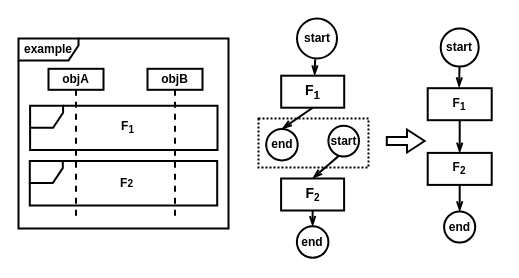
Before: seq.drawio in ShiYufei0708/draw, a draw.io diagram. Source tidied: cells renumbered, new cells numbered last; positions are measured from the earlier drawing's top-left corner, leaving out a move shared by most shapes. Both pictures are drawn from the tidied source at 100%, with x=0, y=0 at pixel (18, 18).
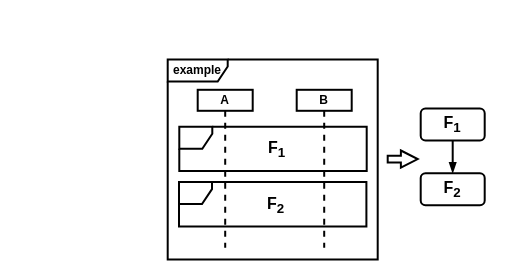
After the change.

What changed in the source:
```diff
@@
-    <mxCell id="2" style="html=1;shadow=0;dashed=0;align=center;verticalAlign=middle;shape=mxgraph.arrows2.arrow;dy=0.66;dx=17.61;notch=0;fontStyle=1;strokeWidth=2;" parent="1" vertex="1">
-      <mxGeometry x="368.3" y="111" width="37.8" height="23" as="geometry" />
-    </mxCell>
-    <mxCell id="3" style="group;fontStyle=1;strokeWidth=2;" parent="1" vertex="1">
-      <mxGeometry y="20" width="210" height="190" as="geometry" />
-    </mxCell>
+    <mxCell id="23" style="group;fontStyle=1;strokeWidth=2;" parent="1" vertex="1">
+      <mxGeometry x="409.2" y="1" width="74" height="242" as="geometry" />
+    </mxCell>
+    <mxCell id="26" style="rounded=0;jettySize=auto;html=1;entryX=0.5;entryY=0;entryDx=0;entryDy=0;endArrow=blockThin;endFill=1;fontStyle=1;strokeWidth=2;" parent="23" edge="1" source="27" target="28">
+      <mxGeometry relative="1" as="geometry" />
+    </mxCell>
+    <mxCell id="27" value="&lt;span style=&quot;font-size: 16px;&quot;&gt;F&lt;sub&gt;1&lt;/sub&gt;&lt;/span&gt;" style="rounded=1;whiteSpace=wrap;html=1;fontStyle=1;strokeWidth=2;align=center;" parent="23" vertex="1">
+      <mxGeometry x="-7" y="89" width="64" height="32" as="geometry" />
+    </mxCell>
+    <mxCell id="28" value="&lt;font style=&quot;font-size: 16px;&quot;&gt;F&lt;sub&gt;2&lt;/sub&gt;&lt;/font&gt;" style="rounded=1;whiteSpace=wrap;html=1;fontStyle=1;strokeWidth=2;" parent="23" vertex="1">
+      <mxGeometry x="-7" y="153.7" width="64" height="32" as="geometry" />
+    </mxCell>
-    <mxCell id="4" value="objA" style="shape=umlLifeline;perimeter=lifelinePerimeter;whiteSpace=wrap;html=1;newEdgeStyle={&quot;curved&quot;:0,&quot;rounded&quot;:0};size=21;fontStyle=1;strokeWidth=2;" parent="3" vertex="1">
-      <mxGeometry x="30" y="30.3" width="55" height="150" as="geometry" />
+    <mxCell id="4" value="A" style="shape=umlLifeline;perimeter=lifelinePerimeter;whiteSpace=wrap;html=1;newEdgeStyle={&quot;curved&quot;:0,&quot;rounded&quot;:0};size=21;fontStyle=1;strokeWidth=2;" parent="1" vertex="1">
+      <mxGeometry x="179.2" y="71.3" width="55" height="158" as="geometry" />
     </mxCell>
-    <mxCell id="5" style="shape=umlFrame;whiteSpace=wrap;html=1;width=33;height=22;fontStyle=1;strokeWidth=2;" parent="3" vertex="1">
-      <mxGeometry x="11.6" y="67.3" width="187.4" height="44.3" as="geometry" />
+    <mxCell id="5" style="shape=umlFrame;whiteSpace=wrap;html=1;width=33;height=22;fontStyle=1;strokeWidth=2;" parent="1" vertex="1">
+      <mxGeometry x="160.8" y="108.3" width="187.4" height="44.3" as="geometry" />
     </mxCell>
-    <mxCell id="6" value="example" style="shape=umlFrame;whiteSpace=wrap;html=1;width=60;height=22;fontStyle=1;strokeWidth=2;" parent="3" vertex="1">
-      <mxGeometry width="210" height="190" as="geometry" />
+    <mxCell id="6" value="example" style="shape=umlFrame;whiteSpace=wrap;html=1;width=60;height=22;fontStyle=1;strokeWidth=2;" parent="1" vertex="1">
+      <mxGeometry x="149.2" y="41" width="210" height="200" as="geometry" />
     </mxCell>
-    <mxCell id="7" value="&lt;span&gt;F&lt;sub&gt;1&lt;/sub&gt;&lt;/span&gt;" style="text;html=1;align=center;verticalAlign=middle;strokeColor=none;fillColor=none;fontStyle=1;strokeWidth=2;" parent="3" vertex="1">
-      <mxGeometry x="93" y="74.9" width="31" height="29" as="geometry" />
+    <mxCell id="7" value="&lt;span style=&quot;font-size: 16px;&quot;&gt;F&lt;sub&gt;1&lt;/sub&gt;&lt;/span&gt;" style="text;html=1;align=center;verticalAlign=middle;strokeColor=none;fillColor=none;fontStyle=1;strokeWidth=2;" parent="1" vertex="1">
+      <mxGeometry x="240.2" y="113.9" width="35" height="34" as="geometry" />
     </mxCell>
-    <mxCell id="8" value="objB" style="shape=umlLifeline;perimeter=lifelinePerimeter;whiteSpace=wrap;html=1;newEdgeStyle={&quot;curved&quot;:0,&quot;rounded&quot;:0};size=21;fontStyle=1;strokeWidth=2;" parent="3" vertex="1">
-      <mxGeometry x="129" y="30.3" width="55" height="150.9" as="geometry" />
+    <mxCell id="8" value="B" style="shape=umlLifeline;perimeter=lifelinePerimeter;whiteSpace=wrap;html=1;newEdgeStyle={&quot;curved&quot;:0,&quot;rounded&quot;:0};size=21;fontStyle=1;strokeWidth=2;" parent="1" vertex="1">
+      <mxGeometry x="278.2" y="71.3" width="55" height="158" as="geometry" />
     </mxCell>
-    <mxCell id="9" style="shape=umlFrame;whiteSpace=wrap;html=1;width=33;height=22;fontStyle=1;strokeWidth=2;" parent="3" vertex="1">
-      <mxGeometry x="11.3" y="122.6" width="187.4" height="44.3" as="geometry" />
+    <mxCell id="9" style="shape=umlFrame;whiteSpace=wrap;html=1;width=33;height=22;fontStyle=1;strokeWidth=2;" parent="1" vertex="1">
+      <mxGeometry x="160.5" y="163.6" width="187.4" height="44.3" as="geometry" />
     </mxCell>
-    <mxCell id="10" value="&lt;span&gt;F&lt;span style=&quot;font-size: 10px;&quot;&gt;2&lt;/span&gt;&lt;/span&gt;" style="text;html=1;align=center;verticalAlign=middle;strokeColor=none;fillColor=none;fontStyle=1;strokeWidth=2;" parent="3" vertex="1">
-      <mxGeometry x="92.7" y="132.2" width="31" height="26" as="geometry" />
+    <mxCell id="10" value="&lt;span style=&quot;font-size: 16px;&quot;&gt;F&lt;sub&gt;2&lt;/sub&gt;&lt;/span&gt;" style="text;html=1;align=center;verticalAlign=middle;strokeColor=none;fillColor=none;fontStyle=1;strokeWidth=2;" parent="1" vertex="1">
+      <mxGeometry x="239.9" y="170.2" width="35" height="34" as="geometry" />
     </mxCell>
-    <mxCell id="11" style="group;fontStyle=1;strokeWidth=2;dashed=1;" parent="1" vertex="1">
-      <mxGeometry x="240" width="110.2" height="235" as="geometry" />
-    </mxCell>
-    <mxCell id="12" style="rounded=0;whiteSpace=wrap;html=1;dashed=1;dashPattern=1 1;fontStyle=1;strokeWidth=2;" parent="11" vertex="1">
-      <mxGeometry y="100" width="110" height="49" as="geometry" />
-    </mxCell>
-    <mxCell id="13" style="rounded=0;jettySize=auto;html=1;exitX=0.453;exitY=1.02;exitDx=0;exitDy=0;endArrow=openThin;endFill=0;fontStyle=1;strokeWidth=2;exitPerimeter=0;entryX=0.531;entryY=-0.004;entryDx=0;entryDy=0;entryPerimeter=0;" parent="11" edge="1" source="15" target="18">
-      <mxGeometry relative="1" as="geometry" />
-    </mxCell>
-    <mxCell id="14" style="rounded=0;jettySize=auto;html=1;exitX=0.339;exitY=0.983;exitDx=0;exitDy=0;entryX=0.5;entryY=0;entryDx=0;entryDy=0;endArrow=openThin;endFill=0;fontStyle=1;strokeWidth=2;exitPerimeter=0;" parent="11" edge="1" source="21" target="19">
-      <mxGeometry relative="1" as="geometry" />
-    </mxCell>
-    <mxCell id="15" value="start" style="ellipse;whiteSpace=wrap;html=1;fontStyle=1;strokeWidth=2;" parent="11" vertex="1">
-      <mxGeometry x="38.5" width="40" height="40" as="geometry" />
-    </mxCell>
-    <mxCell id="16" value="end" style="ellipse;whiteSpace=wrap;html=1;fontStyle=1;strokeWidth=2;" parent="11" vertex="1">
-      <mxGeometry x="7.7" y="110.4" width="31.5" height="31.5" as="geometry" />
-    </mxCell>
-    <mxCell id="17" style="rounded=0;jettySize=auto;html=1;exitX=0.5;exitY=1;exitDx=0;exitDy=0;entryX=0.5;entryY=0;entryDx=0;entryDy=0;endArrow=openThin;endFill=0;fontStyle=1;strokeWidth=2;" parent="11" edge="1" source="18" target="16">
-      <mxGeometry relative="1" as="geometry" />
-    </mxCell>
-    <mxCell id="18" value="&lt;font style=&quot;font-size: 14px;&quot;&gt;F&lt;sub&gt;1&lt;/sub&gt;&lt;/font&gt;" style="rounded=0;whiteSpace=wrap;html=1;fontStyle=1;strokeWidth=2;" parent="11" vertex="1">
-      <mxGeometry x="22.7" y="57.2" width="63" height="32" as="geometry" />
-    </mxCell>
-    <mxCell id="19" value="&lt;font style=&quot;font-size: 14px;&quot;&gt;F&lt;/font&gt;&lt;sub&gt;2&lt;/sub&gt;" style="rounded=0;whiteSpace=wrap;html=1;fontStyle=1;strokeWidth=2;" parent="11" vertex="1">
-      <mxGeometry x="22.6" y="160" width="63" height="32" as="geometry" />
-    </mxCell>
-    <mxCell id="20" style="rounded=0;jettySize=auto;html=1;exitX=0.5;exitY=1;exitDx=0;exitDy=0;entryX=0.5;entryY=0;entryDx=0;entryDy=0;endArrow=openThin;endFill=0;fontStyle=1;strokeWidth=2;" parent="11" edge="1" source="19" target="22">
-      <mxGeometry relative="1" as="geometry" />
-    </mxCell>
-    <mxCell id="21" value="start" style="ellipse;whiteSpace=wrap;html=1;fontStyle=1;strokeWidth=2;" parent="11" vertex="1">
-      <mxGeometry x="69.9" y="107.3" width="30.6" height="30.6" as="geometry" />
-    </mxCell>
-    <mxCell id="22" value="end" style="ellipse;whiteSpace=wrap;html=1;fontStyle=1;strokeWidth=2;" parent="11" vertex="1">
-      <mxGeometry x="38.4" y="207.8" width="31.5" height="31.5" as="geometry" />
-    </mxCell>
-    <mxCell id="23" style="group;fontStyle=1;strokeWidth=2;" parent="1" vertex="1">
-      <mxGeometry x="409.2" y="1" width="64" height="242" as="geometry" />
-    </mxCell>
-    <mxCell id="24" style="rounded=0;orthogonalLoop=1;jettySize=auto;html=1;endArrow=openThin;endFill=0;entryX=0.491;entryY=-0.005;entryDx=0;entryDy=0;entryPerimeter=0;fontStyle=1;strokeWidth=2;endSize=6;" parent="23" edge="1">
-      <mxGeometry relative="1" as="geometry">
-        <mxPoint x="31.8" y="47" as="sourcePoint" />
-        <mxPoint x="31.4" y="68" as="targetPoint" />
-      </mxGeometry>
-    </mxCell>
-    <mxCell id="25" value="start" style="ellipse;whiteSpace=wrap;html=1;fontStyle=1;strokeWidth=2;" parent="23" vertex="1">
-      <mxGeometry x="13" y="9" width="38" height="38" as="geometry" />
-    </mxCell>
-    <mxCell id="26" style="rounded=0;jettySize=auto;html=1;entryX=0.5;entryY=0;entryDx=0;entryDy=0;endArrow=openThin;endFill=0;fontStyle=1;strokeWidth=2;" parent="23" edge="1" source="27" target="28">
-      <mxGeometry relative="1" as="geometry" />
-    </mxCell>
-    <mxCell id="27" value="&lt;span style=&quot;&quot;&gt;F&lt;sub&gt;1&lt;/sub&gt;&lt;/span&gt;" style="rounded=0;whiteSpace=wrap;html=1;fontStyle=1;strokeWidth=2;align=center;" parent="23" vertex="1">
-      <mxGeometry y="68.7" width="64" height="32" as="geometry" />
-    </mxCell>
-    <mxCell id="28" value="F&lt;sub&gt;2&lt;/sub&gt;" style="rounded=0;whiteSpace=wrap;html=1;fontStyle=1;strokeWidth=2;" parent="23" vertex="1">
-      <mxGeometry y="133.4" width="64" height="32" as="geometry" />
-    </mxCell>
-    <mxCell id="29" style="rounded=0;jettySize=auto;html=1;exitX=0.5;exitY=1;exitDx=0;exitDy=0;entryX=0.5;entryY=0;entryDx=0;entryDy=0;endArrow=openThin;endFill=0;fontStyle=1;strokeWidth=2;" parent="23" edge="1" source="28" target="30">
-      <mxGeometry relative="1" as="geometry" />
-    </mxCell>
-    <mxCell id="30" value="end" style="ellipse;whiteSpace=wrap;html=1;fontStyle=1;strokeWidth=2;" parent="23" vertex="1">
-      <mxGeometry x="16.4" y="192" width="31.1" height="31.1" as="geometry" />
-    </mxCell>
+    <mxCell id="31" style="html=1;shadow=0;dashed=0;align=center;verticalAlign=middle;shape=mxgraph.arrows2.arrow;dy=0.61;dx=16.82;notch=0;strokeWidth=2;" parent="1" vertex="1">
+      <mxGeometry x="369.2" y="132" width="30" height="17.2" as="geometry" />
+    </mxCell>
```
